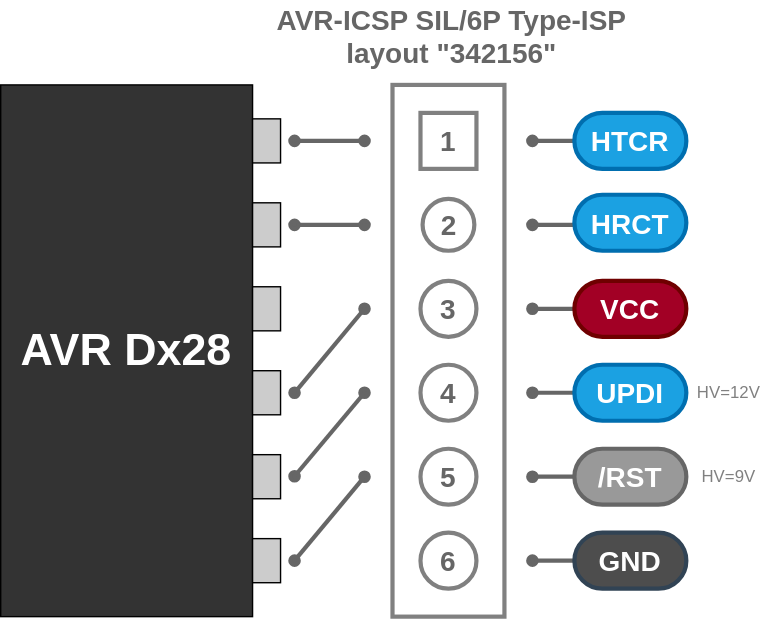
Above: svg/AVR-ICSP-S6P-UPDI-342156.drawio.svg in askn37/askn37.github.io (draw.io), before the change. Source tidied: cells renumbered, new cells last; positions are measured from the earlier drawing's top-left corner, leaving out a move shared by most shapes.
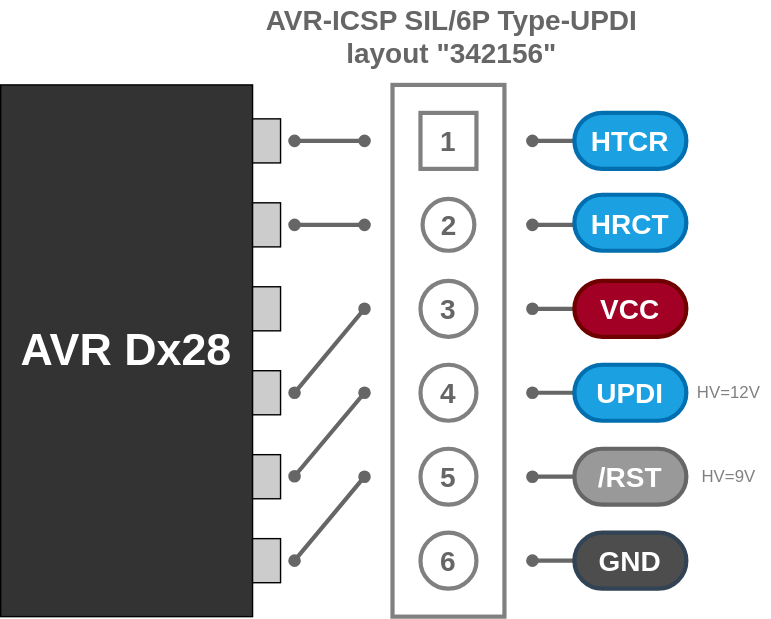
Later version of the same file.

What changed in the source:
```diff
@@ -41,8 +41,8 @@
         <mxPoint x="380" y="280" as="targetPoint" />
       </mxGeometry>
     </mxCell>
-    <mxCell id="11" value="AVR-ICSP SIL/6P Type-ISP&lt;br&gt;layout &quot;342156&quot;" style="text;html=1;align=center;verticalAlign=middle;strokeColor=none;fillColor=none;fontSize=20;fontColor=#666666;fontStyle=1;" parent="1" vertex="1">
-      <mxGeometry x="186.5" width="270" height="50" as="geometry" />
+    <mxCell id="11" value="AVR-ICSP SIL/6P Type-UPDI&lt;br&gt;layout &quot;342156&quot;" style="text;html=1;align=center;verticalAlign=middle;strokeColor=none;fillColor=none;fontSize=20;fontColor=#666666;fontStyle=1;" parent="1" vertex="1">
+      <mxGeometry x="181.5" width="280" height="50" as="geometry" />
     </mxCell>
     <mxCell id="12" value="HV=12V" style="text;html=1;align=center;verticalAlign=middle;strokeColor=none;fillColor=none;fontColor=#808080;" parent="1" vertex="1">
       <mxGeometry x="490" y="270" width="60" height="20" as="geometry" />
```
